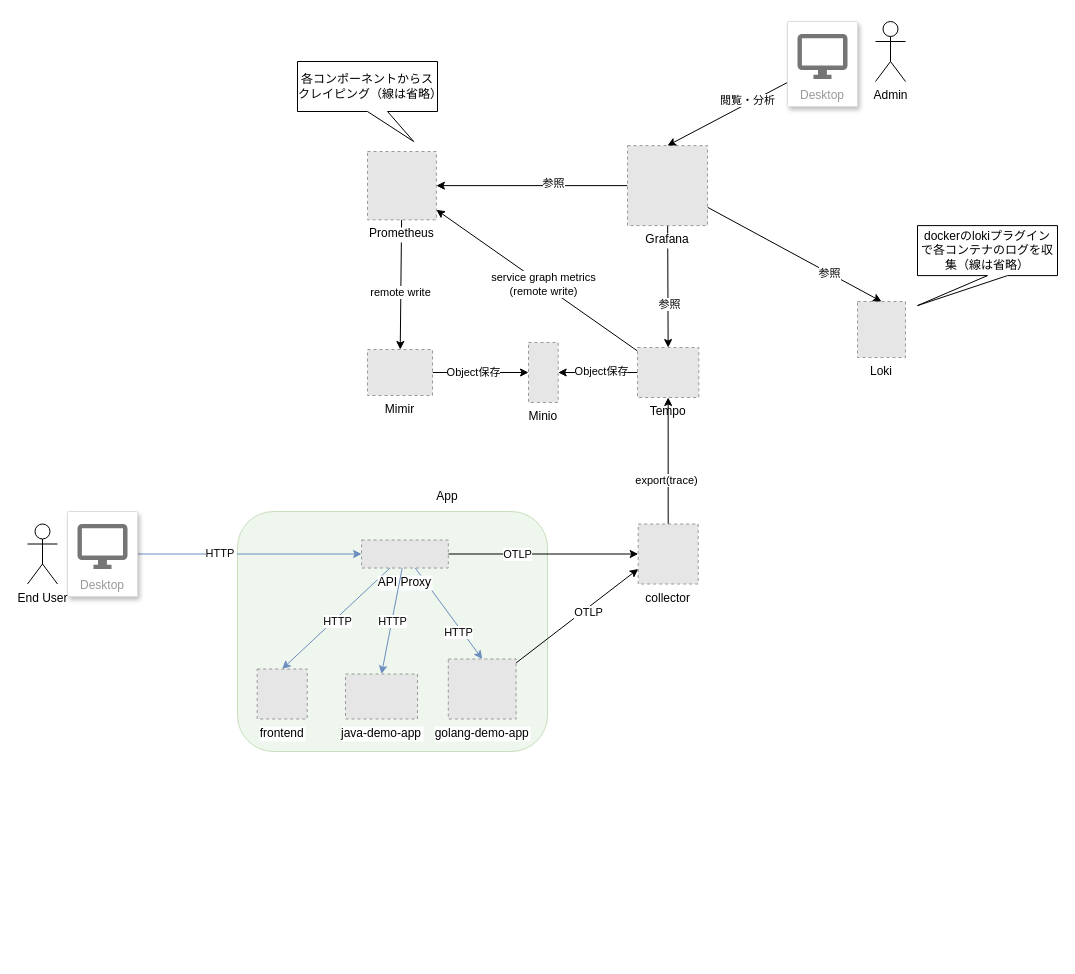
Above: diagram.drawio in tamura-daiki-dc3/opentelemetry-demo (draw.io), before the change. Source tidied: cells renumbered, new cells numbered last; positions are measured from the earlier drawing's top-left corner, leaving out a move shared by most shapes. Both pictures are drawn from the tidied source at 100%, with x=0, y=0 at pixel (27, 21). Pictures stored in the file or linked from it are replaced by grey dashed boxes.
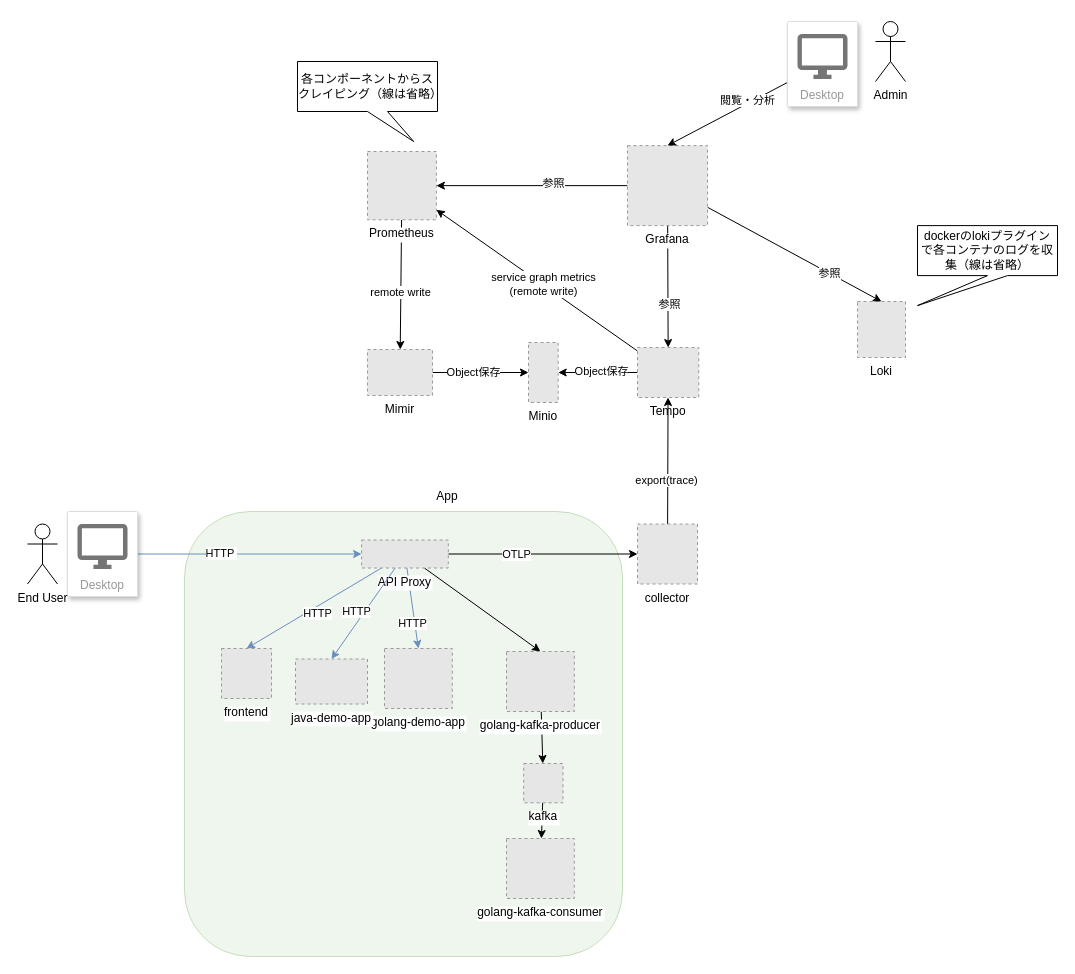
After the change.

Unchanged cells that the change refers to:
```xml
<mxCell id="34" value="API Proxy" style="fillColor=#E6E6E6;strokeColor=#999999;dashed=1;verticalLabelPosition=bottom;labelBackgroundColor=default;verticalAlign=top;" parent="1" vertex="1">
  <mxGeometry x="334.1" y="518.5" width="86.7" height="28" as="geometry" />
</mxCell>
```

What changed in the source:
```diff
@@
     <mxCell id="2" style="rounded=1;whiteSpace=wrap;html=1;fillColor=#d5e8d4;strokeColor=#82b366;opacity=40;" parent="1" vertex="1">
-      <mxGeometry x="210" y="490" width="310" height="240" as="geometry" />
+      <mxGeometry x="157" y="490" width="438" height="445" as="geometry" />
     </mxCell>
@@
     <mxCell id="11" value="collector" style="fillColor=#E6E6E6;strokeColor=#999999;dashed=1;verticalLabelPosition=bottom;labelBackgroundColor=default;verticalAlign=top;" parent="1" vertex="1">
-      <mxGeometry x="610.7" y="502.5" width="60" height="60" as="geometry" />
+      <mxGeometry x="610" y="502.5" width="60" height="60" as="geometry" />
     </mxCell>
@@
+    <mxCell id="53" style="edgeStyle=none;html=1;entryX=0.5;entryY=0;entryDx=0;entryDy=0;" parent="1" edge="1" source="34" target="55">
+      <mxGeometry relative="1" as="geometry" />
+    </mxCell>
@@
-    <mxCell id="35" style="edgeStyle=none;html=1;entryX=0;entryY=0.75;entryDx=0;entryDy=0;" parent="1" edge="1" source="37" target="11">
-      <mxGeometry relative="1" as="geometry" />
-    </mxCell>
-    <mxCell id="36" value="OTLP" style="edgeLabel;html=1;align=center;verticalAlign=middle;" parent="35" vertex="1">
-      <mxGeometry x="0.35" y="3" relative="1" as="geometry">
-        <mxPoint x="-9" y="15" as="offset" />
-      </mxGeometry>
-    </mxCell>
     <mxCell id="37" value="golang-demo-app" style="fillColor=#E6E6E6;strokeColor=#999999;dashed=1;verticalLabelPosition=bottom;labelBackgroundColor=default;verticalAlign=top;" parent="1" vertex="1">
-      <mxGeometry x="420.8" y="637.5" width="67.8" height="60" as="geometry" />
+      <mxGeometry x="357" y="627" width="67.8" height="60" as="geometry" />
     </mxCell>
@@
     <mxCell id="45" value="java-demo-app" style="fillColor=#E6E6E6;strokeColor=#999999;dashed=1;verticalLabelPosition=bottom;labelBackgroundColor=default;verticalAlign=top;" parent="1" vertex="1">
-      <mxGeometry x="318" y="652.5" width="72" height="45" as="geometry" />
+      <mxGeometry x="268" y="637.5" width="72" height="45" as="geometry" />
     </mxCell>
@@
     <mxCell id="48" value="frontend" style="fillColor=#E6E6E6;strokeColor=#999999;dashed=1;verticalLabelPosition=bottom;labelBackgroundColor=default;verticalAlign=top;" parent="1" vertex="1">
-      <mxGeometry x="229.7" y="647.5" width="50" height="50" as="geometry" />
+      <mxGeometry x="194" y="627" width="50" height="50" as="geometry" />
     </mxCell>
@@
+    <mxCell id="54" style="edgeStyle=none;html=1;" parent="1" edge="1" source="55" target="57">
+      <mxGeometry relative="1" as="geometry" />
+    </mxCell>
+    <mxCell id="55" value="golang-kafka-producer" style="fillColor=#E6E6E6;strokeColor=#999999;dashed=1;verticalLabelPosition=bottom;labelBackgroundColor=default;verticalAlign=top;" parent="1" vertex="1">
+      <mxGeometry x="479" y="630" width="67.8" height="60" as="geometry" />
+    </mxCell>
+    <mxCell id="56" style="edgeStyle=none;html=1;" parent="1" edge="1" source="57" target="58">
+      <mxGeometry relative="1" as="geometry" />
+    </mxCell>
+    <mxCell id="57" value="kafka" style="fillColor=#E6E6E6;strokeColor=#999999;dashed=1;verticalLabelPosition=bottom;labelBackgroundColor=default;verticalAlign=top;" parent="1" vertex="1">
+      <mxGeometry x="496.2" y="742" width="39.3" height="39.3" as="geometry" />
+    </mxCell>
+    <mxCell id="58" value="golang-kafka-consumer" style="fillColor=#E6E6E6;strokeColor=#999999;dashed=1;verticalLabelPosition=bottom;labelBackgroundColor=default;verticalAlign=top;" parent="1" vertex="1">
+      <mxGeometry x="479" y="817" width="67.8" height="60" as="geometry" />
+    </mxCell>
```
